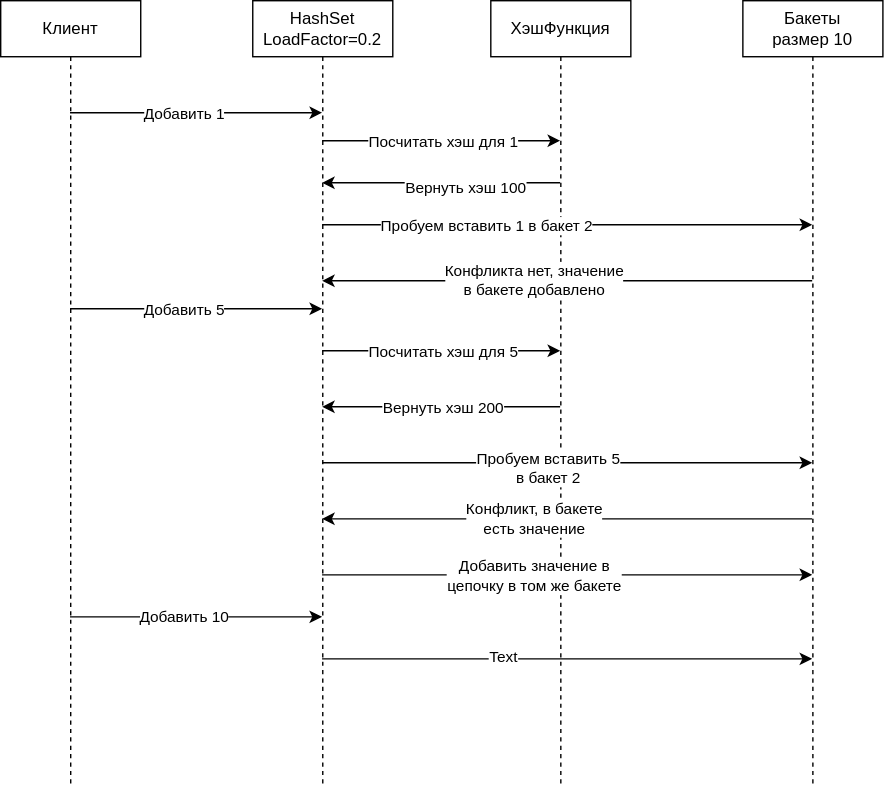
The draw.io diagram База/Структуры данных/2. Быстро находить данные и проверять условия/2.3. Проверять принадлежность и уникальность/Множество (Set)/HashSet/schemes/ПроцессВставки.drawio.svg in kosukhin/catalog, before a commit. Source tidied: cells renumbered, new cells last; positions are measured from the earlier drawing's top-left corner, leaving out a move shared by most shapes.
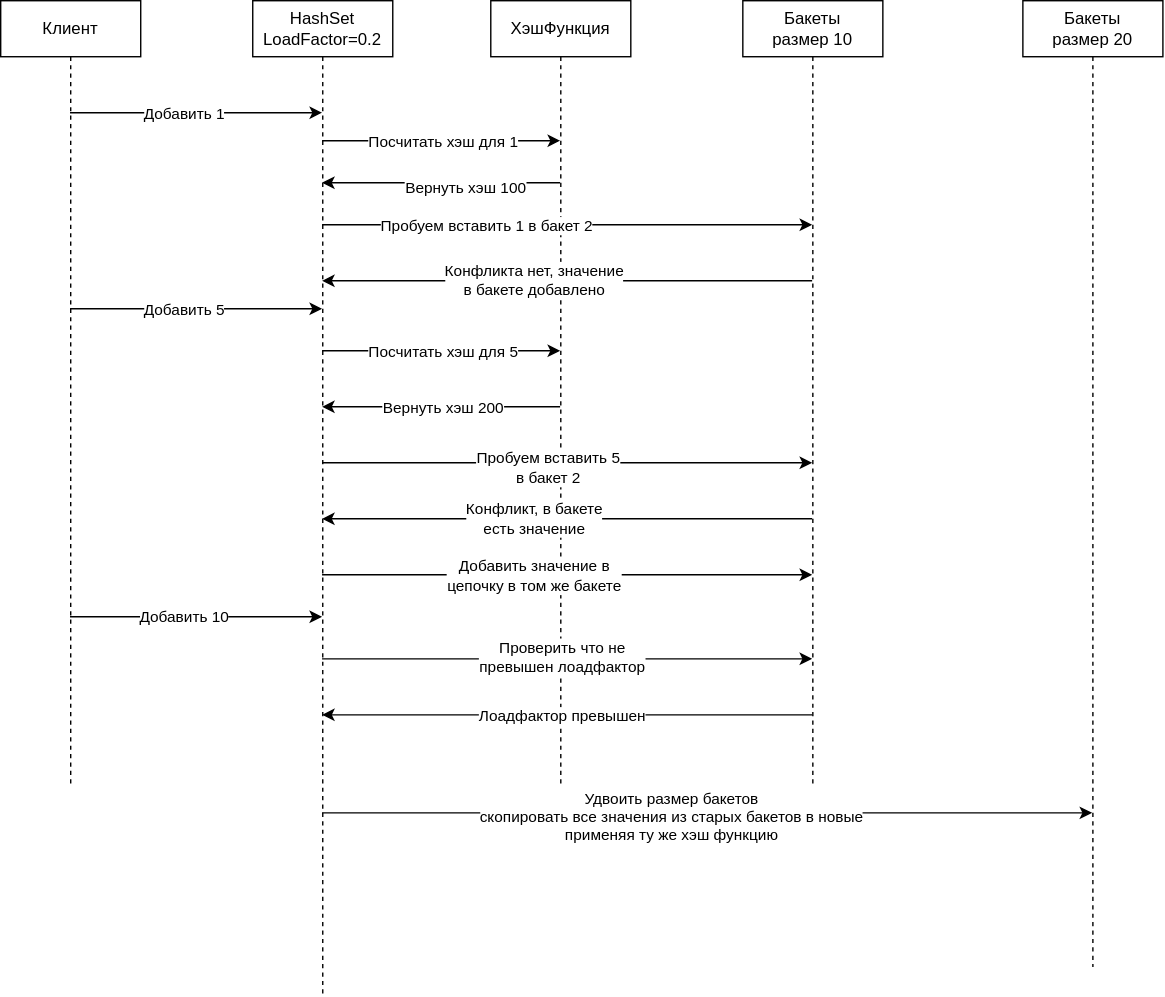
After the change.

The edit, as a diff of the source:
```diff
@@ -6,7 +6,7 @@
       <mxGeometry width="100" height="560" as="geometry" />
     </mxCell>
     <mxCell id="3" value="HashSet&lt;div&gt;LoadFactor=0.2&lt;/div&gt;" style="shape=umlLifeline;perimeter=lifelinePerimeter;whiteSpace=wrap;html=1;outlineConnect=0;portConstraint=eastwest;newEdgeStyle={&quot;edgeStyle&quot;:&quot;sequenceEdgeStyle&quot;,&quot;libavoidRouting&quot;:0,&quot;curved&quot;:0,&quot;rounded&quot;:0};" parent="1" vertex="1">
-      <mxGeometry x="180" width="100" height="560" as="geometry" />
+      <mxGeometry x="180" width="100" height="710" as="geometry" />
     </mxCell>
     <mxCell id="4" value="ХэшФункция" style="shape=umlLifeline;perimeter=lifelinePerimeter;whiteSpace=wrap;html=1;outlineConnect=0;portConstraint=eastwest;newEdgeStyle={&quot;edgeStyle&quot;:&quot;sequenceEdgeStyle&quot;,&quot;libavoidRouting&quot;:0,&quot;curved&quot;:0,&quot;rounded&quot;:0};" parent="1" vertex="1">
       <mxGeometry x="350" width="100" height="560" as="geometry" />
@@ -165,8 +165,37 @@
         </Array>
       </mxGeometry>
     </mxCell>
-    <mxCell id="31" value="Text" style="edgeLabel;html=1;align=center;verticalAlign=middle;" parent="30" vertex="1">
-      <mxGeometry x="-0.27" y="2" relative="1" as="geometry" />
+    <mxCell id="31" value="Проверить что не&amp;nbsp;&lt;div&gt;превышен лоадфактор&lt;/div&gt;" style="edgeLabel;html=1;align=center;verticalAlign=middle;" parent="30" vertex="1">
+      <mxGeometry x="-0.27" y="2" relative="1" as="geometry">
+        <mxPoint x="42" as="offset" />
+      </mxGeometry>
     </mxCell>
+    <mxCell id="32" style="edgeStyle=sequenceEdgeStyle;html=1;libavoidRouting=0;curved=0;rounded=0;" parent="1" edge="1" source="5" target="3">
+      <mxGeometry x="0.51" relative="1" as="geometry">
+        <Array as="points">
+          <mxPoint x="314.5" y="510" />
+        </Array>
+      </mxGeometry>
+    </mxCell>
+    <mxCell id="33" value="Лоадфактор превышен" style="edgeLabel;html=1;align=center;verticalAlign=middle;" parent="32" vertex="1">
+      <mxGeometry x="0.4" y="-1" relative="1" as="geometry">
+        <mxPoint x="66" y="1" as="offset" />
+      </mxGeometry>
+    </mxCell>
+    <mxCell id="34" value="Бакеты&lt;div&gt;размер 20&lt;/div&gt;" style="shape=umlLifeline;perimeter=lifelinePerimeter;whiteSpace=wrap;html=1;outlineConnect=0;portConstraint=eastwest;newEdgeStyle={&quot;edgeStyle&quot;:&quot;sequenceEdgeStyle&quot;,&quot;libavoidRouting&quot;:0,&quot;curved&quot;:0,&quot;rounded&quot;:0};" parent="1" vertex="1">
+      <mxGeometry x="730" width="100" height="690" as="geometry" />
+    </mxCell>
+    <mxCell id="35" style="edgeStyle=sequenceEdgeStyle;html=1;libavoidRouting=0;curved=0;rounded=0;" parent="1" edge="1" source="3" target="34">
+      <mxGeometry x="-0.16" relative="1" as="geometry">
+        <Array as="points">
+          <mxPoint x="504.5" y="580" />
+        </Array>
+      </mxGeometry>
+    </mxCell>
+    <mxCell id="36" value="Удвоить размер бакетов&lt;div&gt;скопировать все значения из старых бакетов в новые&lt;/div&gt;&lt;div&gt;применяя ту же хэш функцию&lt;/div&gt;" style="edgeLabel;html=1;align=center;verticalAlign=middle;" parent="35" vertex="1">
+      <mxGeometry x="-0.1" y="-2" relative="1" as="geometry">
+        <mxPoint x="1" as="offset" />
+      </mxGeometry>
+    </mxCell>
   </root>
 </mxGraphModel>
```
